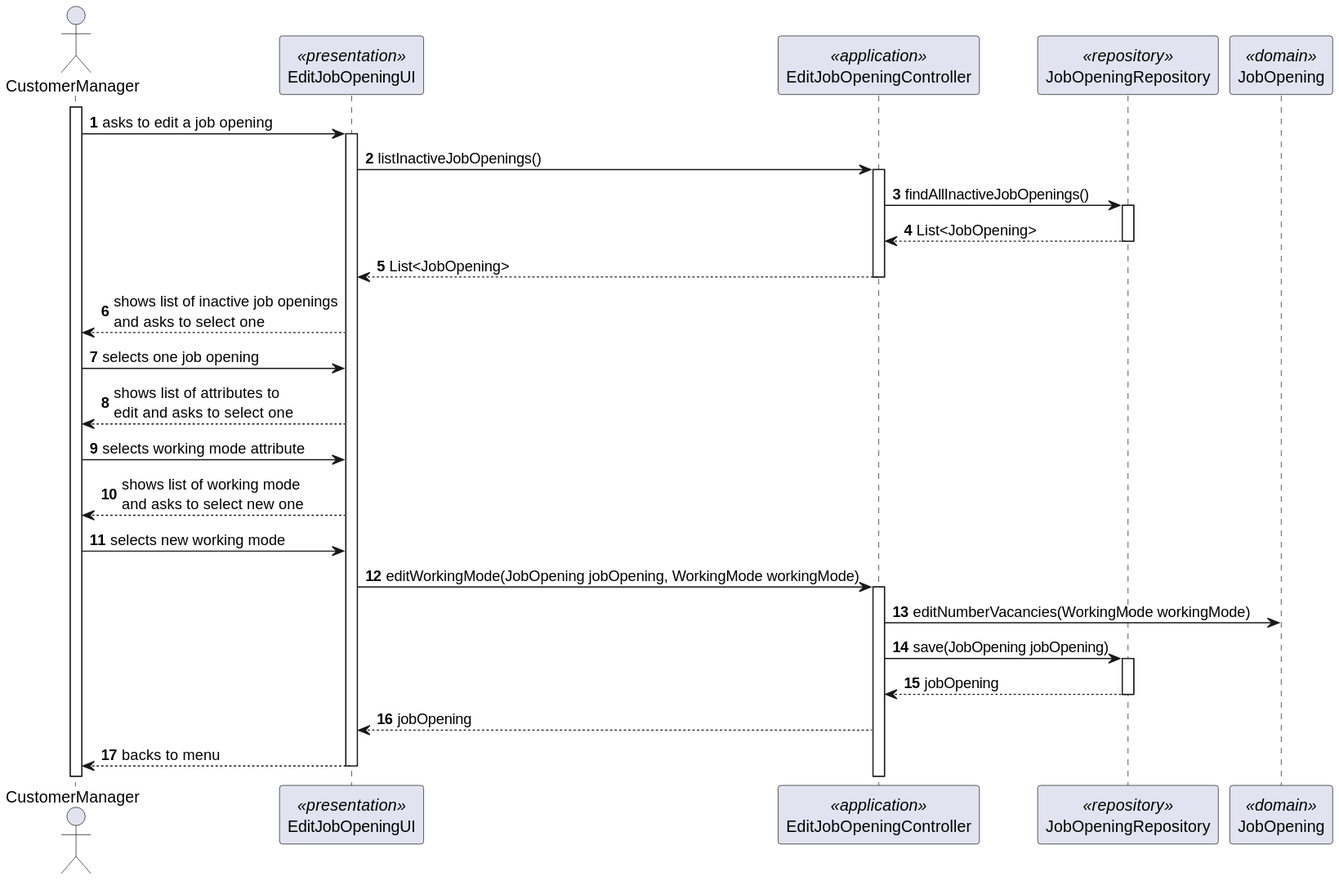
Before: docs/SprintC/us1004/SD/SD-Edit-Working-Mode.svg, a diagram exported from PlantUML (Rodrick0209/ISEP-SEM4PI-23-24). The source it was exported from:
```plantuml
@startuml

autonumber

actor CustomerManager
participant EditJobOpeningUI <<presentation>>
participant EditJobOpeningController <<application>>
participant JobOpeningRepository <<repository>>
participant JobOpening <<domain>>

activate CustomerManager
CustomerManager -> EditJobOpeningUI : asks to edit a job opening
activate EditJobOpeningUI
EditJobOpeningUI -> EditJobOpeningController : listInactiveJobOpenings()
activate EditJobOpeningController
EditJobOpeningController -> JobOpeningRepository : findAllInactiveJobOpenings()
activate JobOpeningRepository
JobOpeningRepository --> EditJobOpeningController : List<JobOpening>
deactivate JobOpeningRepository
EditJobOpeningController --> EditJobOpeningUI : List<JobOpening>
deactivate EditJobOpeningController
EditJobOpeningUI --> CustomerManager : shows list of inactive job openings\nand asks to select one
CustomerManager -> EditJobOpeningUI : selects one job opening
EditJobOpeningUI --> CustomerManager : shows list of attributes to\nedit and asks to select one
CustomerManager -> EditJobOpeningUI : selects working mode attribute
EditJobOpeningUI --> CustomerManager : shows list of working mode\nand asks to select new one
CustomerManager -> EditJobOpeningUI : selects new working mode
EditJobOpeningUI -> EditJobOpeningController : editWorkingMode(JobOpening jobOpening, WorkingMode workingMode)
activate EditJobOpeningController
EditJobOpeningController -> JobOpening : editNumberVacancies(WorkingMode workingMode)
EditJobOpeningController -> JobOpeningRepository : save(JobOpening jobOpening)
activate JobOpeningRepository
JobOpeningRepository --> EditJobOpeningController : jobOpening
deactivate JobOpeningRepository
EditJobOpeningController --> EditJobOpeningUI : jobOpening
EditJobOpeningUI --> CustomerManager : backs to menu
deactivate EditJobOpeningUI
@enduml
```
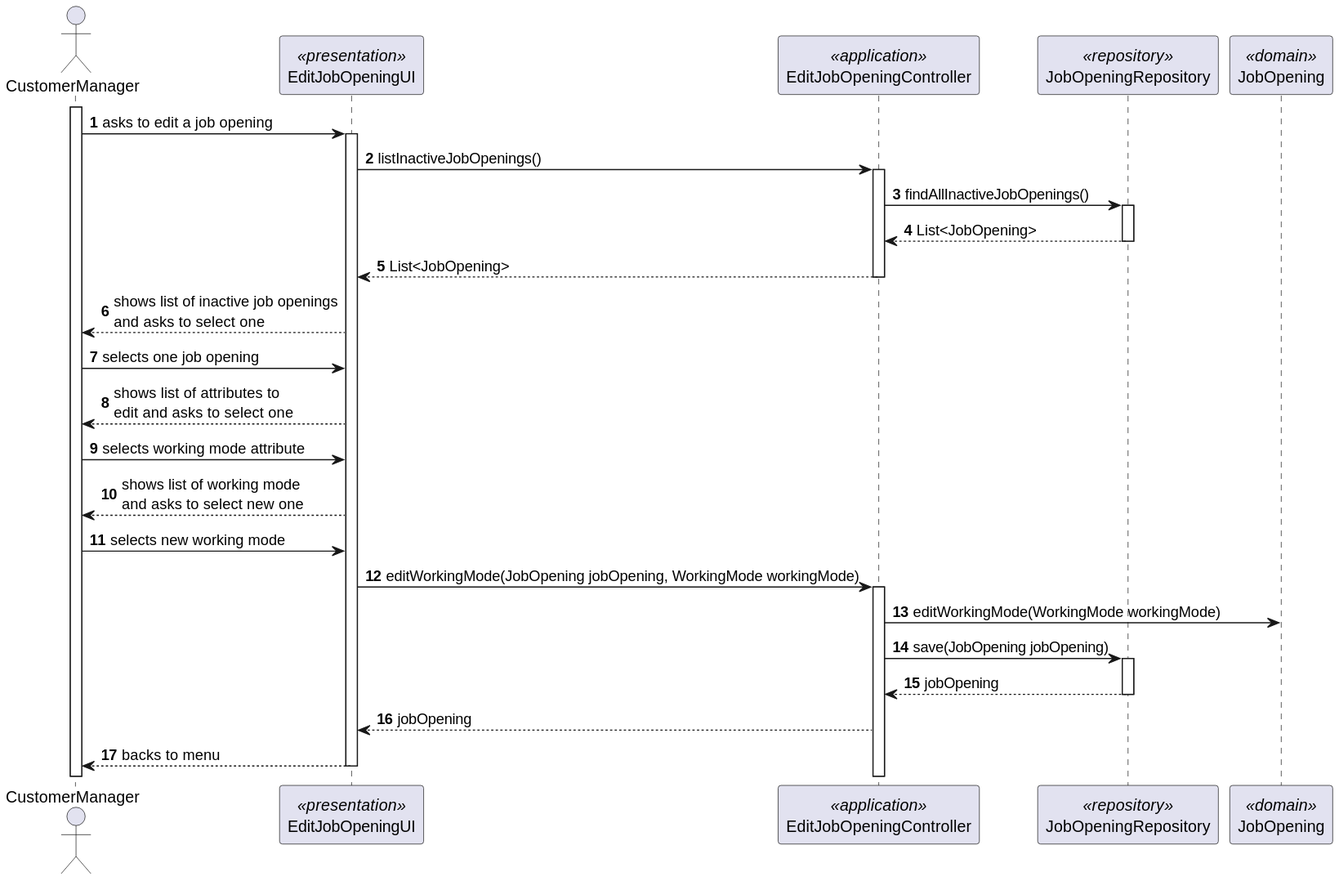
The same file after the commit.

Commit message:
US 1004 Design fixed (fixed Working Mode SD and added Client SD) #36

Diff of the diagram source:
```diff
@@ -27,7 +27,7 @@
 CustomerManager -> EditJobOpeningUI : selects new working mode
 EditJobOpeningUI -> EditJobOpeningController : editWorkingMode(JobOpening jobOpening, WorkingMode workingMode)
 activate EditJobOpeningController
-EditJobOpeningController -> JobOpening : editNumberVacancies(WorkingMode workingMode)
+EditJobOpeningController -> JobOpening : editWorkingMode(WorkingMode workingMode)
 EditJobOpeningController -> JobOpeningRepository : save(JobOpening jobOpening)
 activate JobOpeningRepository
 JobOpeningRepository --> EditJobOpeningController : jobOpening
```
